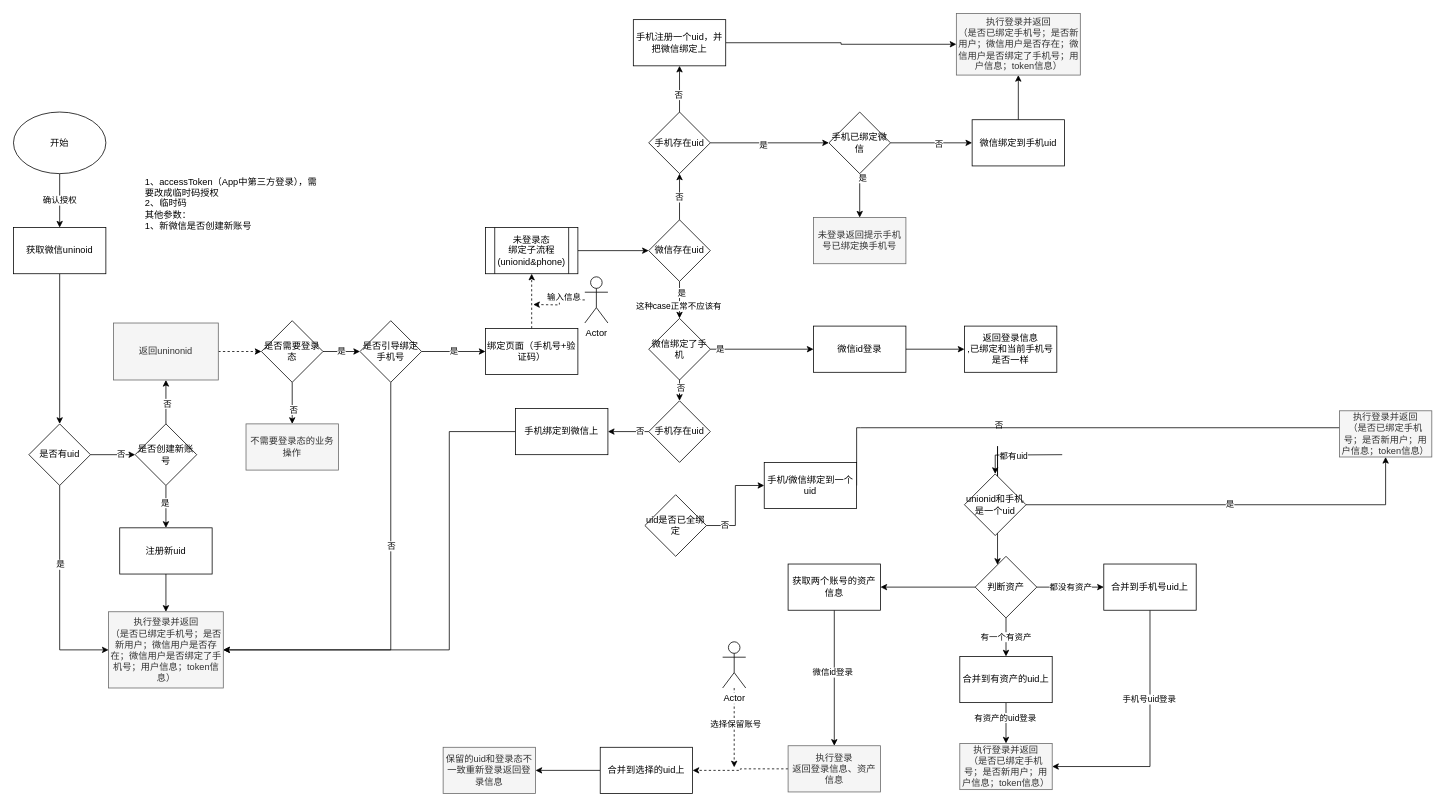
Before: page "账号合并-app&第三方登录" (6 of 9) of test.drawio in joeytang/imgs, a draw.io diagram. Source tidied: cells renumbered, new cells numbered last; positions are measured from the earlier drawing's top-left corner, leaving out a move shared by most shapes. Both pictures are drawn from the tidied source at 77%, with x=0, y=0 at pixel (13, 13).
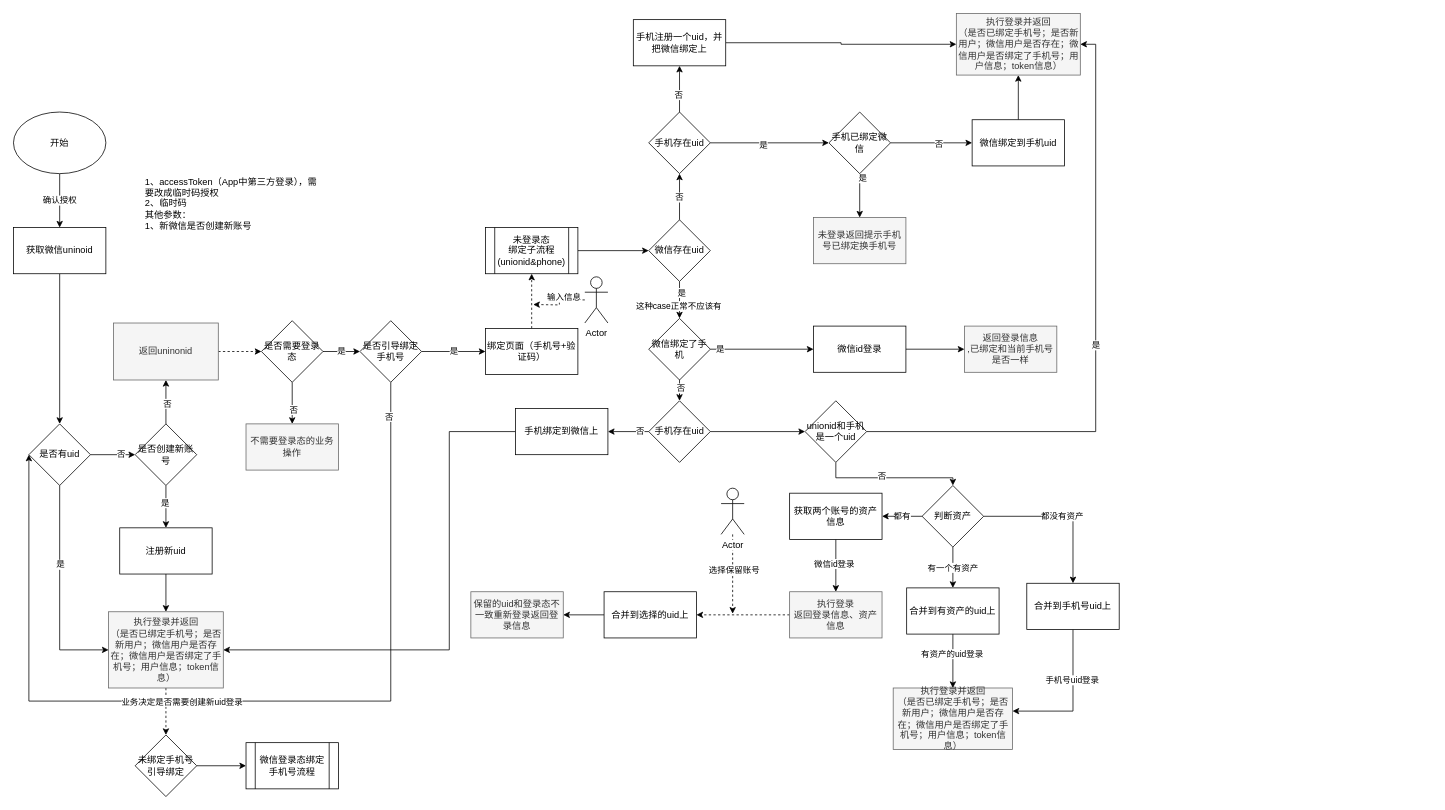
The same page after the edit.

The change refers to these unchanged cells:
```xml
<mxCell id="9" value="是否有uid" style="rhombus;whiteSpace=wrap;html=1;align=center;" parent="1" vertex="1">
  <mxGeometry x="20" y="533" width="80" height="80" as="geometry" />
</mxCell>
<mxCell id="17" value="执行登录并返回&lt;br&gt;（是否已绑定手机号；是否新用户；微信用户是否存在；微信用户是否绑定了手机号；用户信息；token信息）" style="rounded=0;whiteSpace=wrap;html=1;align=center;fillColor=#f5f5f5;strokeColor=#666666;fontColor=#333333;" parent="1" vertex="1">
  <mxGeometry x="123.5" y="777" width="149" height="99" as="geometry" />
</mxCell>
<mxCell id="75" value="是否引导绑定手机号" style="rhombus;whiteSpace=wrap;html=1;align=center;" parent="1" vertex="1">
  <mxGeometry x="450" y="399" width="80" height="80" as="geometry" />
</mxCell>
<mxCell id="103" value="手机存在uid" style="rhombus;whiteSpace=wrap;html=1;align=center;" parent="1" vertex="1">
  <mxGeometry x="825" y="503" width="80" height="80" as="geometry" />
</mxCell>
<mxCell id="106" value="执行登录并返回&lt;br&gt;（是否已绑定手机号；是否新用户；微信用户是否存在；微信用户是否绑定了手机号；用户信息；token信息）" style="rounded=0;whiteSpace=wrap;html=1;align=center;fillColor=#f5f5f5;strokeColor=#666666;fontColor=#333333;" parent="1" vertex="1">
  <mxGeometry x="1224.5" width="161" height="80" as="geometry" />
</mxCell>
```

Change to the diagram source:
```diff
@@
+    <mxCell id="107" style="edgeStyle=orthogonalEdgeStyle;rounded=0;jettySize=auto;html=1;dashed=1;entryX=0.5;entryY=0;entryDx=0;entryDy=0;" parent="1" edge="1" source="17" target="112">
+      <mxGeometry relative="1" as="geometry" />
+    </mxCell>
@@
-    <mxCell id="29" style="edgeStyle=orthogonalEdgeStyle;rounded=0;jettySize=auto;html=1;" parent="1" edge="1" target="38">
-      <mxGeometry relative="1" as="geometry">
-        <mxPoint x="1362" y="573" as="sourcePoint" />
-      </mxGeometry>
-    </mxCell>
-    <mxCell id="30" value="都有uid" style="edgeLabel;html=1;align=center;verticalAlign=middle;" parent="29" vertex="1">
-      <mxGeometry x="0.14" y="1" relative="1" as="geometry" />
-    </mxCell>
@@
+    <mxCell id="37" value="是" style="edgeStyle=orthogonalEdgeStyle;rounded=0;jettySize=auto;html=1;entryX=1;entryY=0.5;entryDx=0;entryDy=0;" parent="1" edge="1" source="38" target="106">
+      <mxGeometry relative="1" as="geometry" />
+    </mxCell>
-    <mxCell id="35" style="edgeStyle=orthogonalEdgeStyle;rounded=0;jettySize=auto;html=1;" parent="1" edge="1" source="38" target="49">
+    <mxCell id="35" style="edgeStyle=orthogonalEdgeStyle;rounded=0;jettySize=auto;html=1;exitX=0.5;exitY=1;exitDx=0;exitDy=0;" parent="1" edge="1" source="38" target="49">
       <mxGeometry relative="1" as="geometry">
         <Array as="points">
-          <mxPoint x="1278" y="562" />
-          <mxPoint x="1278" y="562" />
+          <mxPoint x="1068" y="603" />
+          <mxPoint x="1220" y="603" />
         </Array>
       </mxGeometry>
     </mxCell>
-    <mxCell id="36" value="否" style="edgeLabel;html=1;align=center;verticalAlign=middle;" parent="35" vertex="1">
-      <mxGeometry x="0.21" y="106" relative="1" as="geometry">
-        <mxPoint x="-105" y="-106" as="offset" />
-      </mxGeometry>
-    </mxCell>
-    <mxCell id="37" value="是" style="edgeStyle=orthogonalEdgeStyle;rounded=0;jettySize=auto;html=1;" parent="1" edge="1" source="38" target="50">
-      <mxGeometry relative="1" as="geometry" />
-    </mxCell>
+    <mxCell id="108" value="否" style="edgeLabel;html=1;align=center;verticalAlign=middle;" parent="35" vertex="1">
+      <mxGeometry x="-0.13" y="3" relative="1" as="geometry" />
+    </mxCell>
     <mxCell id="38" value="unionid和手机是一个uid" style="rhombus;whiteSpace=wrap;html=1;align=center;" parent="1" vertex="1">
-      <mxGeometry x="1235" y="598" width="80" height="80" as="geometry" />
+      <mxGeometry x="1028" y="503" width="80" height="80" as="geometry" />
     </mxCell>
@@
-    <mxCell id="41" style="edgeStyle=orthogonalEdgeStyle;rounded=0;jettySize=auto;html=1;entryX=0.5;entryY=1;entryDx=0;entryDy=0;exitX=1;exitY=0.5;exitDx=0;exitDy=0;" parent="1" edge="1" source="42" target="50">
-      <mxGeometry relative="1" as="geometry">
-        <Array as="points">
-          <mxPoint x="1100" y="538" />
-          <mxPoint x="1438" y="538" />
-        </Array>
-      </mxGeometry>
-    </mxCell>
-    <mxCell id="42" value="手机/微信绑定到一个uid" style="rounded=0;whiteSpace=wrap;html=1;align=center;" parent="1" vertex="1">
-      <mxGeometry x="975" y="583" width="120" height="60" as="geometry" />
-    </mxCell>
@@
-    <mxCell id="47" style="edgeStyle=orthogonalEdgeStyle;rounded=0;jettySize=auto;html=1;" parent="1" edge="1" source="49" target="59">
+    <mxCell id="47" value="都有" style="edgeStyle=orthogonalEdgeStyle;rounded=0;jettySize=auto;html=1;" parent="1" edge="1" source="49" target="59">
       <mxGeometry relative="1" as="geometry" />
     </mxCell>
@@
     <mxCell id="49" value="判断资产" style="rhombus;whiteSpace=wrap;html=1;align=center;" parent="1" vertex="1">
-      <mxGeometry x="1249" y="705" width="80" height="80" as="geometry" />
+      <mxGeometry x="1180" y="613" width="80" height="80" as="geometry" />
     </mxCell>
-    <mxCell id="50" value="执行登录并返回&lt;br&gt;（是否已绑定手机号；是否新用户；用户信息；token信息）" style="rounded=0;whiteSpace=wrap;html=1;align=center;fillColor=#f5f5f5;strokeColor=#666666;fontColor=#333333;" parent="1" vertex="1">
-      <mxGeometry x="1722" y="516" width="120" height="60" as="geometry" />
-    </mxCell>
     <mxCell id="51" style="edgeStyle=orthogonalEdgeStyle;rounded=0;jettySize=auto;html=1;" parent="1" edge="1" source="53" target="65">
       <mxGeometry relative="1" as="geometry">
         <Array as="points">
-          <mxPoint x="1476" y="978" />
+          <mxPoint x="1376" y="906" />
         </Array>
       </mxGeometry>
     </mxCell>
@@
     <mxCell id="53" value="合并到手机号uid上" style="rounded=0;whiteSpace=wrap;html=1;align=center;" parent="1" vertex="1">
-      <mxGeometry x="1416" y="715" width="120" height="60" as="geometry" />
+      <mxGeometry x="1316" y="740" width="120" height="60" as="geometry" />
     </mxCell>
@@
     <mxCell id="56" value="合并到有资产的uid上" style="rounded=0;whiteSpace=wrap;html=1;align=center;" parent="1" vertex="1">
-      <mxGeometry x="1229" y="835" width="120" height="60" as="geometry" />
+      <mxGeometry x="1160" y="746" width="120" height="60" as="geometry" />
     </mxCell>
@@
     <mxCell id="59" value="获取两个账号的资产信息" style="rounded=0;whiteSpace=wrap;html=1;align=center;" parent="1" vertex="1">
-      <mxGeometry x="1006" y="715" width="120" height="60" as="geometry" />
+      <mxGeometry x="1008" y="623" width="120" height="60" as="geometry" />
     </mxCell>
@@
     <mxCell id="64" value="执行登录&lt;br&gt;返回登录信息、资产信息" style="rounded=0;whiteSpace=wrap;html=1;align=center;fillColor=#f5f5f5;strokeColor=#666666;fontColor=#333333;" parent="1" vertex="1">
-      <mxGeometry x="1006" y="951" width="120" height="60" as="geometry" />
+      <mxGeometry x="1008" y="751" width="120" height="60" as="geometry" />
     </mxCell>
-    <mxCell id="65" value="&lt;span style=&quot;color: rgb(51 , 51 , 51)&quot;&gt;执行登录并返回&lt;/span&gt;&lt;br style=&quot;color: rgb(51 , 51 , 51)&quot;&gt;&lt;span style=&quot;color: rgb(51 , 51 , 51)&quot;&gt;（是否已绑定手机号；是否新用户；用户信息；token信息）&lt;/span&gt;" style="rounded=0;whiteSpace=wrap;html=1;align=center;fillColor=#f5f5f5;strokeColor=#666666;fontColor=#333333;" parent="1" vertex="1">
-      <mxGeometry x="1229" y="948" width="120" height="60" as="geometry" />
+    <mxCell id="65" value="执行登录并返回&lt;br&gt;（是否已绑定手机号；是否新用户；微信用户是否存在；微信用户是否绑定了手机号；用户信息；token信息）" style="rounded=0;whiteSpace=wrap;html=1;align=center;fillColor=#f5f5f5;strokeColor=#666666;fontColor=#333333;" parent="1" vertex="1">
+      <mxGeometry x="1142.5" y="876" width="155" height="80" as="geometry" />
     </mxCell>
     <mxCell id="66" style="edgeStyle=orthogonalEdgeStyle;rounded=0;jettySize=auto;html=1;dashed=1;" parent="1" edge="1" source="68">
       <mxGeometry relative="1" as="geometry">
-        <mxPoint x="936" y="979" as="targetPoint" />
+        <mxPoint x="934" y="779.5" as="targetPoint" />
       </mxGeometry>
     </mxCell>
@@
     <mxCell id="68" value="Actor" style="shape=umlActor;verticalLabelPosition=bottom;labelBackgroundColor=#ffffff;verticalAlign=top;html=1;outlineConnect=0;align=center;" parent="1" vertex="1">
-      <mxGeometry x="921" y="816" width="30" height="60" as="geometry" />
+      <mxGeometry x="919" y="616.5" width="30" height="60" as="geometry" />
     </mxCell>
@@
     <mxCell id="70" value="合并到选择的uid上" style="rounded=0;whiteSpace=wrap;html=1;align=center;" parent="1" vertex="1">
-      <mxGeometry x="762" y="953" width="120" height="60" as="geometry" />
+      <mxGeometry x="767" y="751" width="120" height="60" as="geometry" />
     </mxCell>
     <mxCell id="71" value="保留的uid和登录态不一致重新登录返回登录信息" style="rounded=0;whiteSpace=wrap;html=1;align=center;fillColor=#f5f5f5;strokeColor=#666666;fontColor=#333333;" parent="1" vertex="1">
-      <mxGeometry x="558" y="953" width="120" height="60" as="geometry" />
+      <mxGeometry x="594" y="751" width="120" height="60" as="geometry" />
     </mxCell>
@@
-    <mxCell id="73" style="edgeStyle=orthogonalEdgeStyle;rounded=0;jettySize=auto;html=1;entryX=1;entryY=0.5;entryDx=0;entryDy=0;exitX=0.5;exitY=1;exitDx=0;exitDy=0;" parent="1" edge="1" source="75" target="17">
+    <mxCell id="73" style="edgeStyle=orthogonalEdgeStyle;rounded=0;jettySize=auto;html=1;entryX=0;entryY=0.5;entryDx=0;entryDy=0;exitX=0.5;exitY=1;exitDx=0;exitDy=0;" parent="1" edge="1" source="75" target="9">
       <mxGeometry relative="1" as="geometry">
         <Array as="points">
-          <mxPoint x="490" y="827" />
+          <mxPoint x="490" y="893" />
+          <mxPoint x="20" y="893" />
         </Array>
       </mxGeometry>
     </mxCell>
     <mxCell id="74" value="否" style="edgeLabel;html=1;align=center;verticalAlign=middle;" parent="73" vertex="1">
-      <mxGeometry x="-0.25" relative="1" as="geometry" />
+      <mxGeometry x="-0.25" relative="1" as="geometry">
+        <mxPoint x="35" y="-370" as="offset" />
+      </mxGeometry>
     </mxCell>
+    <mxCell id="109" value="业务决定是否需要创建新uid登录" style="edgeLabel;html=1;align=center;verticalAlign=middle;" parent="73" vertex="1">
+      <mxGeometry x="0.14" relative="1" as="geometry" />
+    </mxCell>
@@
-    <mxCell id="76" style="edgeStyle=orthogonalEdgeStyle;rounded=0;jettySize=auto;html=1;" parent="1" edge="1" source="78" target="42">
-      <mxGeometry relative="1" as="geometry" />
-    </mxCell>
-    <mxCell id="77" value="否" style="edgeLabel;html=1;align=center;verticalAlign=middle;" parent="76" vertex="1">
-      <mxGeometry x="-0.64" y="1" relative="1" as="geometry" />
-    </mxCell>
-    <mxCell id="78" value="uid是否已全绑定" style="rhombus;whiteSpace=wrap;html=1;align=center;" parent="1" vertex="1">
-      <mxGeometry x="820" y="625" width="80" height="80" as="geometry" />
-    </mxCell>
@@
-    <mxCell id="99" value="返回登录信息&lt;br&gt;,已绑定和当前手机号是否一样" style="rounded=0;whiteSpace=wrap;html=1;align=center;" parent="1" vertex="1">
+    <mxCell id="99" value="返回登录信息&lt;br&gt;,已绑定和当前手机号是否一样" style="rounded=0;whiteSpace=wrap;html=1;align=center;fillColor=#f5f5f5;strokeColor=#666666;fontColor=#333333;" parent="1" vertex="1">
       <mxGeometry x="1235" y="406" width="120" height="60" as="geometry" />
     </mxCell>
@@
+    <mxCell id="110" style="edgeStyle=orthogonalEdgeStyle;rounded=0;jettySize=auto;html=1;" parent="1" edge="1" source="103" target="38">
+      <mxGeometry relative="1" as="geometry" />
+    </mxCell>
@@
+    <mxCell id="111" style="edgeStyle=orthogonalEdgeStyle;rounded=0;jettySize=auto;html=1;" parent="1" edge="1" source="112" target="113">
+      <mxGeometry relative="1" as="geometry" />
+    </mxCell>
+    <mxCell id="112" value="未绑定手机号引导绑定" style="rhombus;whiteSpace=wrap;html=1;align=center;" parent="1" vertex="1">
+      <mxGeometry x="158" y="937" width="80" height="80" as="geometry" />
+    </mxCell>
+    <mxCell id="113" value="微信登录态绑定手机号流程" style="shape=process;whiteSpace=wrap;html=1;backgroundOutline=1;align=center;" parent="1" vertex="1">
+      <mxGeometry x="302" y="947" width="120" height="60" as="geometry" />
+    </mxCell>
```
